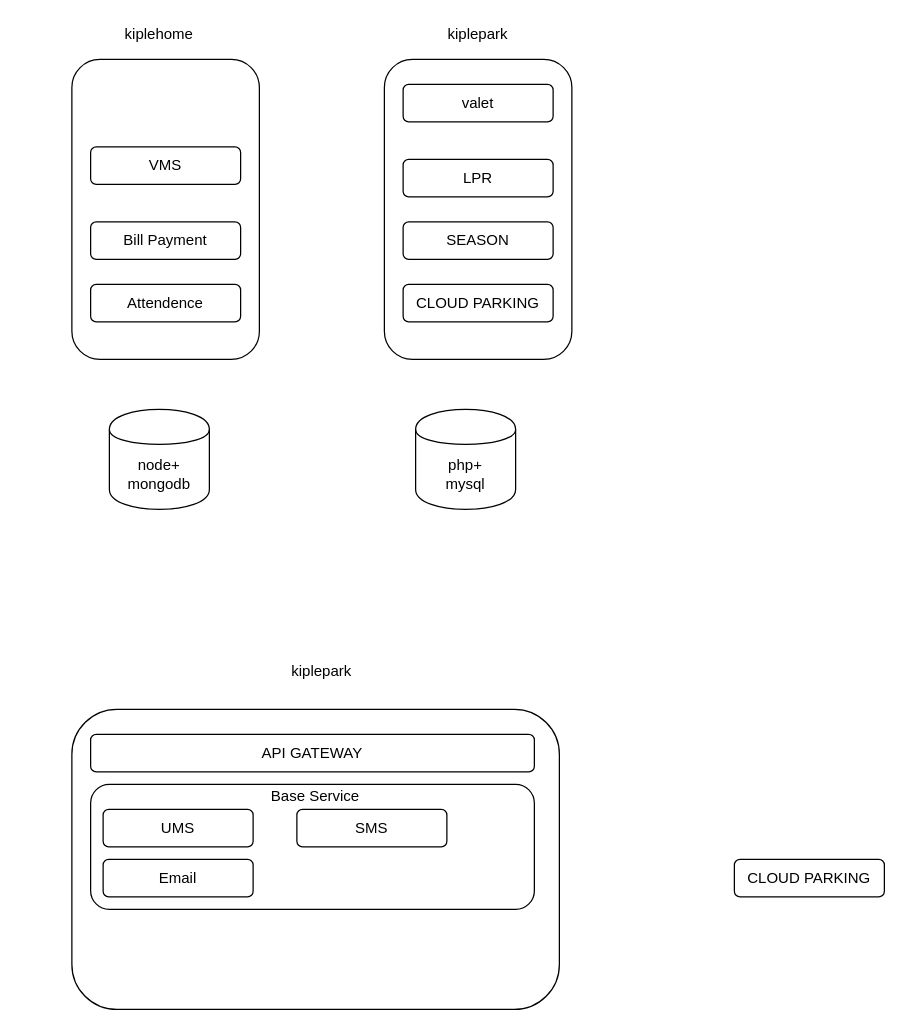
Before: page "第 1 页" (1 of 2) of kipledoc.drawio in sevenDay2014/dtk, a draw.io diagram. Source tidied: cells renumbered, new cells numbered last; positions are measured from the earlier drawing's top-left corner, leaving out a move shared by most shapes. Both pictures are drawn from the tidied source at 125%, with x=0, y=0 at pixel (71, 21).
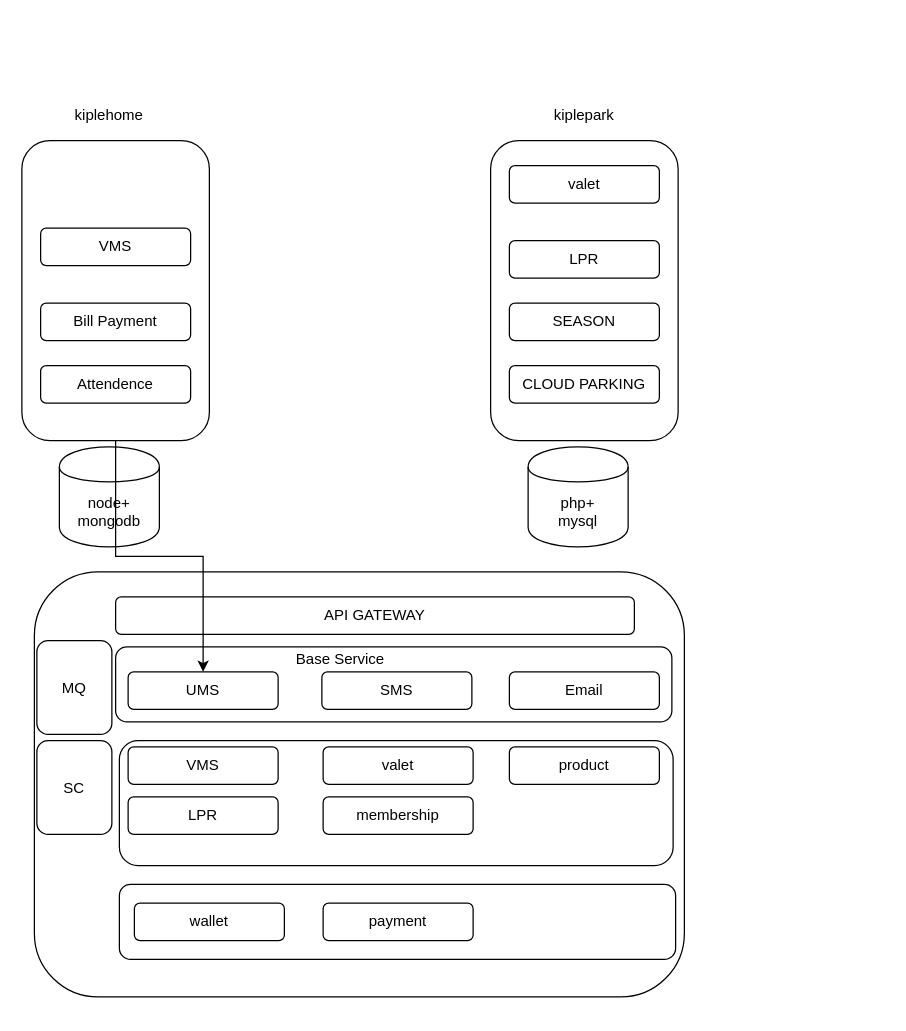
The same diagram, later.

What changed in the source:
```diff
@@
     <mxCell id="2" style="rounded=1;whiteSpace=wrap;html=1;" parent="1" vertex="1">
-      <mxGeometry y="30" width="150" height="240" as="geometry" />
+      <mxGeometry x="-40" y="95" width="150" height="240" as="geometry" />
     </mxCell>
     <mxCell id="3" style="rounded=1;whiteSpace=wrap;html=1;" parent="1" vertex="1">
-      <mxGeometry x="250" y="30" width="150" height="240" as="geometry" />
+      <mxGeometry x="335" y="95" width="150" height="240" as="geometry" />
     </mxCell>
     <mxCell id="4" value="kiplehome" style="text;html=1;strokeColor=none;fillColor=none;align=center;verticalAlign=middle;whiteSpace=wrap;rounded=0;" parent="1" vertex="1">
-      <mxGeometry x="20" width="100" height="20" as="geometry" />
+      <mxGeometry x="-20" y="65" width="100" height="20" as="geometry" />
     </mxCell>
     <mxCell id="5" value="kiplepark" style="text;html=1;strokeColor=none;fillColor=none;align=center;verticalAlign=middle;whiteSpace=wrap;rounded=0;" parent="1" vertex="1">
-      <mxGeometry x="275" width="100" height="20" as="geometry" />
+      <mxGeometry x="360" y="65" width="100" height="20" as="geometry" />
     </mxCell>
     <mxCell id="6" value="VMS" style="rounded=1;whiteSpace=wrap;html=1;" parent="1" vertex="1">
-      <mxGeometry x="15" y="100" width="120" height="30" as="geometry" />
+      <mxGeometry x="-25" y="165" width="120" height="30" as="geometry" />
     </mxCell>
     <mxCell id="7" value="Bill Payment" style="rounded=1;whiteSpace=wrap;html=1;" parent="1" vertex="1">
-      <mxGeometry x="15" y="160" width="120" height="30" as="geometry" />
+      <mxGeometry x="-25" y="225" width="120" height="30" as="geometry" />
     </mxCell>
     <mxCell id="8" value="Attendence" style="rounded=1;whiteSpace=wrap;html=1;" parent="1" vertex="1">
-      <mxGeometry x="15" y="210" width="120" height="30" as="geometry" />
+      <mxGeometry x="-25" y="275" width="120" height="30" as="geometry" />
     </mxCell>
     <mxCell id="9" value="valet" style="rounded=1;whiteSpace=wrap;html=1;" parent="1" vertex="1">
-      <mxGeometry x="265" y="50" width="120" height="30" as="geometry" />
+      <mxGeometry x="350" y="115" width="120" height="30" as="geometry" />
     </mxCell>
     <mxCell id="10" value="LPR" style="rounded=1;whiteSpace=wrap;html=1;" parent="1" vertex="1">
-      <mxGeometry x="265" y="110" width="120" height="30" as="geometry" />
+      <mxGeometry x="350" y="175" width="120" height="30" as="geometry" />
     </mxCell>
     <mxCell id="11" value="SEASON" style="rounded=1;whiteSpace=wrap;html=1;" parent="1" vertex="1">
-      <mxGeometry x="265" y="160" width="120" height="30" as="geometry" />
+      <mxGeometry x="350" y="225" width="120" height="30" as="geometry" />
     </mxCell>
     <mxCell id="12" value="CLOUD PARKING" style="rounded=1;whiteSpace=wrap;html=1;" parent="1" vertex="1">
-      <mxGeometry x="265" y="210" width="120" height="30" as="geometry" />
+      <mxGeometry x="350" y="275" width="120" height="30" as="geometry" />
     </mxCell>
     <mxCell id="13" style="rounded=1;whiteSpace=wrap;html=1;" parent="1" vertex="1">
-      <mxGeometry y="550" width="390" height="240" as="geometry" />
+      <mxGeometry x="-30" y="440" width="520" height="340" as="geometry" />
     </mxCell>
-    <mxCell id="14" value="kiplepark" style="text;html=1;strokeColor=none;fillColor=none;align=center;verticalAlign=middle;whiteSpace=wrap;rounded=0;" parent="1" vertex="1">
-      <mxGeometry x="150" y="510" width="100" height="20" as="geometry" />
-    </mxCell>
     <mxCell id="15" value="API GATEWAY" style="rounded=1;whiteSpace=wrap;html=1;" parent="1" vertex="1">
-      <mxGeometry x="15" y="570" width="355" height="30" as="geometry" />
+      <mxGeometry x="35" y="460" width="415" height="30" as="geometry" />
     </mxCell>
     <mxCell id="16" style="rounded=1;whiteSpace=wrap;html=1;" parent="1" vertex="1">
-      <mxGeometry x="15" y="610" width="355" height="100" as="geometry" />
+      <mxGeometry x="35" y="500" width="445" height="60" as="geometry" />
     </mxCell>
     <mxCell id="17" value="UMS" style="rounded=1;whiteSpace=wrap;html=1;" parent="1" vertex="1">
-      <mxGeometry x="25" y="630" width="120" height="30" as="geometry" />
+      <mxGeometry x="45" y="520" width="120" height="30" as="geometry" />
     </mxCell>
-    <mxCell id="18" value="CLOUD PARKING" style="rounded=1;whiteSpace=wrap;html=1;" parent="1" vertex="1">
-      <mxGeometry x="530" y="670" width="120" height="30" as="geometry" />
-    </mxCell>
     <mxCell id="19" value="Base Service" style="text;html=1;strokeColor=none;fillColor=none;align=center;verticalAlign=middle;whiteSpace=wrap;rounded=0;" parent="1" vertex="1">
-      <mxGeometry x="155" y="610" width="80" height="20" as="geometry" />
+      <mxGeometry x="175" y="500" width="80" height="20" as="geometry" />
     </mxCell>
     <mxCell id="20" value="Email" style="rounded=1;whiteSpace=wrap;html=1;" parent="1" vertex="1">
-      <mxGeometry x="25" y="670" width="120" height="30" as="geometry" />
+      <mxGeometry x="350" y="520" width="120" height="30" as="geometry" />
     </mxCell>
     <mxCell id="21" value="SMS" style="rounded=1;whiteSpace=wrap;html=1;" parent="1" vertex="1">
-      <mxGeometry x="180" y="630" width="120" height="30" as="geometry" />
+      <mxGeometry x="200" y="520" width="120" height="30" as="geometry" />
     </mxCell>
     <mxCell id="22" value="node+&lt;br&gt;mongodb" style="shape=cylinder;whiteSpace=wrap;html=1;boundedLbl=1;backgroundOutline=1;" parent="1" vertex="1">
-      <mxGeometry x="30" y="310" width="80" height="80" as="geometry" />
+      <mxGeometry x="-10" y="340" width="80" height="80" as="geometry" />
     </mxCell>
     <mxCell id="23" value="php+&lt;br&gt;mysql" style="shape=cylinder;whiteSpace=wrap;html=1;boundedLbl=1;backgroundOutline=1;" parent="1" vertex="1">
-      <mxGeometry x="275" y="310" width="80" height="80" as="geometry" />
+      <mxGeometry x="365" y="340" width="80" height="80" as="geometry" />
     </mxCell>
+    <mxCell id="24" style="rounded=1;whiteSpace=wrap;html=1;" parent="1" vertex="1">
+      <mxGeometry x="38" y="575" width="443" height="100" as="geometry" />
+    </mxCell>
+    <mxCell id="25" value="VMS" style="rounded=1;whiteSpace=wrap;html=1;" parent="1" vertex="1">
+      <mxGeometry x="45" y="580" width="120" height="30" as="geometry" />
+    </mxCell>
+    <mxCell id="26" value="valet" style="rounded=1;whiteSpace=wrap;html=1;" parent="1" vertex="1">
+      <mxGeometry x="201" y="580" width="120" height="30" as="geometry" />
+    </mxCell>
+    <mxCell id="27" value="LPR" style="rounded=1;whiteSpace=wrap;html=1;" parent="1" vertex="1">
+      <mxGeometry x="45" y="620" width="120" height="30" as="geometry" />
+    </mxCell>
+    <mxCell id="28" value="membership" style="rounded=1;whiteSpace=wrap;html=1;" parent="1" vertex="1">
+      <mxGeometry x="201" y="620" width="120" height="30" as="geometry" />
+    </mxCell>
+    <mxCell id="29" value="product" style="rounded=1;whiteSpace=wrap;html=1;" parent="1" vertex="1">
+      <mxGeometry x="350" y="580" width="120" height="30" as="geometry" />
+    </mxCell>
+    <mxCell id="30" style="rounded=1;whiteSpace=wrap;html=1;" parent="1" vertex="1">
+      <mxGeometry x="38" y="690" width="445" height="60" as="geometry" />
+    </mxCell>
+    <mxCell id="31" value="wallet" style="rounded=1;whiteSpace=wrap;html=1;" parent="1" vertex="1">
+      <mxGeometry x="50" y="705" width="120" height="30" as="geometry" />
+    </mxCell>
+    <mxCell id="32" value="payment" style="rounded=1;whiteSpace=wrap;html=1;" parent="1" vertex="1">
+      <mxGeometry x="201" y="705" width="120" height="30" as="geometry" />
+    </mxCell>
+    <mxCell id="33" value="MQ" style="rounded=1;whiteSpace=wrap;html=1;" parent="1" vertex="1">
+      <mxGeometry x="-28" y="495" width="60" height="75" as="geometry" />
+    </mxCell>
+    <mxCell id="34" value="SC" style="rounded=1;whiteSpace=wrap;html=1;" parent="1" vertex="1">
+      <mxGeometry x="-28" y="575" width="60" height="75" as="geometry" />
+    </mxCell>
+    <mxCell id="35" style="edgeStyle=orthogonalEdgeStyle;rounded=0;jettySize=auto;html=1;entryX=0.5;entryY=0;entryDx=0;entryDy=0;" parent="1" edge="1" source="2" target="17">
+      <mxGeometry relative="1" as="geometry" />
+    </mxCell>
```
